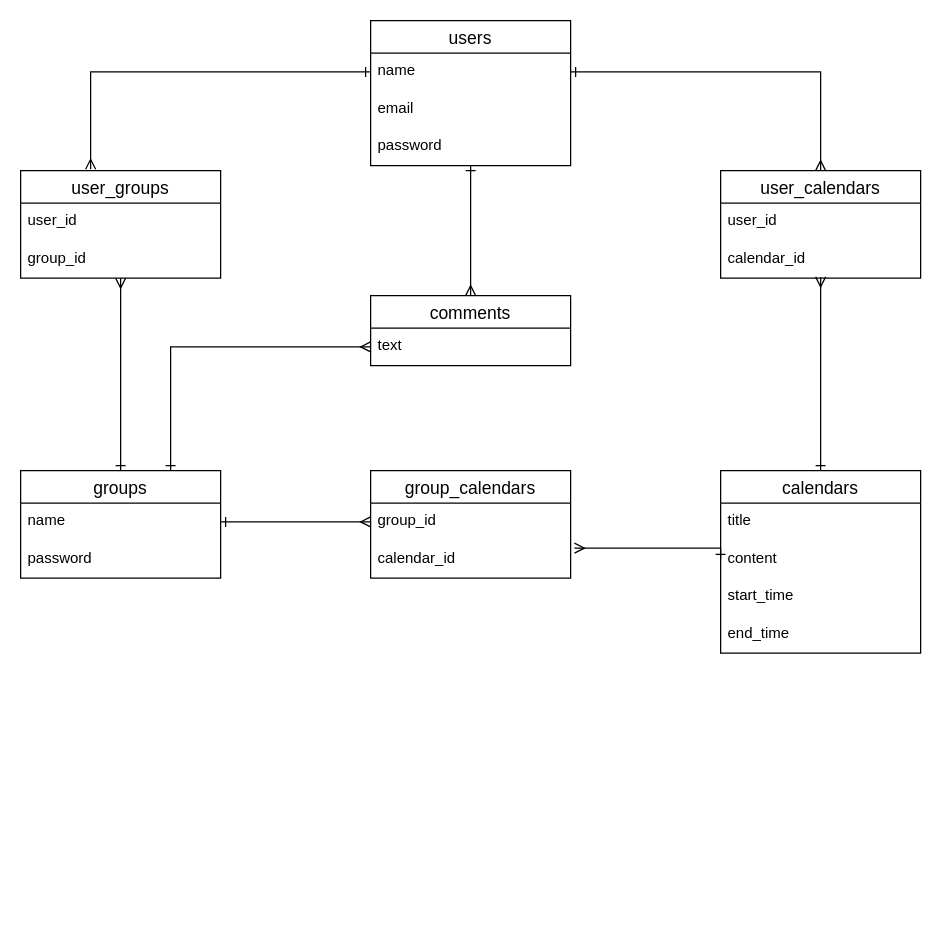
Above: group_calendar_er.dio in yamaday0u/group_calendar (draw.io), before the change. Source tidied: cells renumbered, new cells numbered last; positions are measured from the earlier drawing's top-left corner, leaving out a move shared by most shapes. Both pictures are drawn from the tidied source at 125%, with x=0, y=0 at pixel (20, 20).
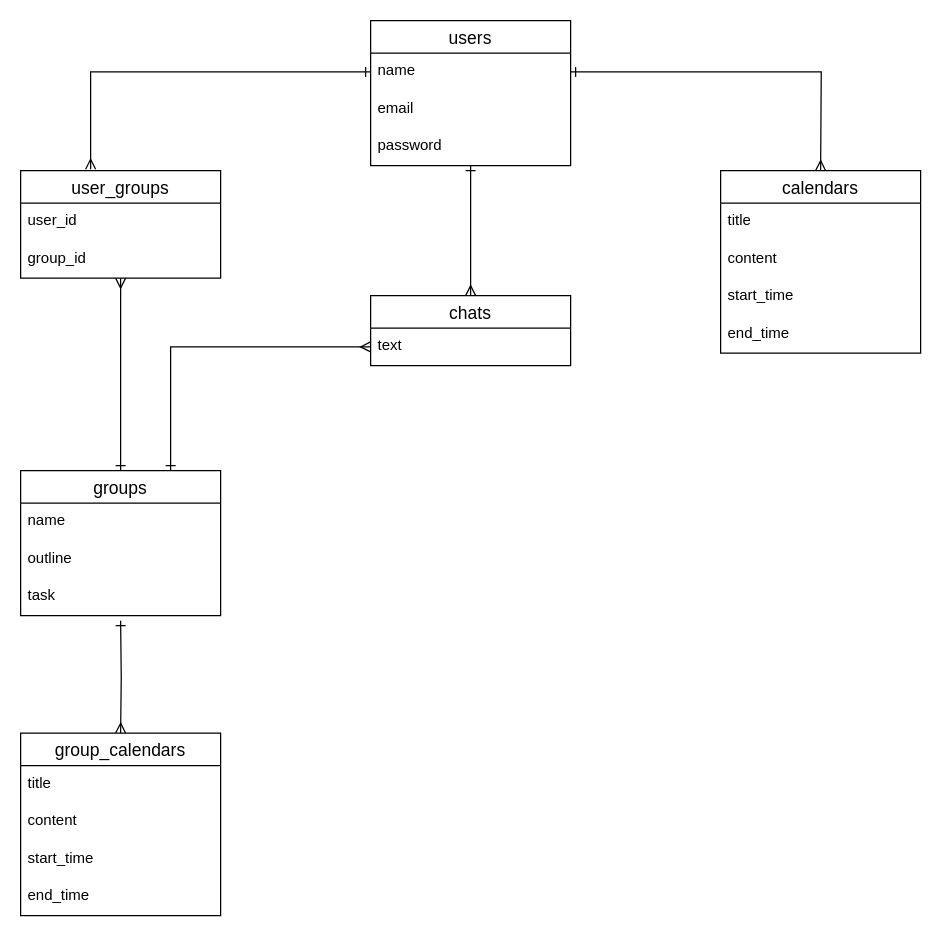
Above is the later version.

Commit message (it also covers changes not shown here):
Redesigned DB & associations

The change refers to these unchanged cells:
```xml
<mxCell id="3" value="name" style="text;strokeColor=none;fillColor=none;spacingLeft=4;spacingRight=4;overflow=hidden;points=[[0,0.5],[1,0.5]];portConstraint=eastwest;fontSize=12;" parent="2" vertex="1">
  <mxGeometry y="26" width="160" height="30" as="geometry" />
</mxCell>
<mxCell id="8" value="name" style="text;strokeColor=none;fillColor=none;spacingLeft=4;spacingRight=4;overflow=hidden;points=[[0,0.5],[1,0.5]];portConstraint=eastwest;fontSize=12;" parent="7" vertex="1">
  <mxGeometry y="26" width="160" height="30" as="geometry" />
</mxCell>
<mxCell id="13" value="content" style="text;strokeColor=none;fillColor=none;spacingLeft=4;spacingRight=4;overflow=hidden;points=[[0,0.5],[1,0.5]];portConstraint=eastwest;fontSize=12;" parent="11" vertex="1">
  <mxGeometry y="56" width="160" height="30" as="geometry" />
</mxCell>
```

Change to the diagram source:
```diff
@@
     <mxCell id="7" value="groups" style="swimlane;fontStyle=0;horizontal=1;startSize=26;align=center;fontSize=14;" parent="1" vertex="1">
-      <mxGeometry y="360" width="160" height="86" as="geometry" />
+      <mxGeometry y="360" width="160" height="116" as="geometry" />
     </mxCell>
@@
-    <mxCell id="9" value="password" style="text;strokeColor=none;fillColor=none;spacingLeft=4;spacingRight=4;overflow=hidden;fontSize=12;" parent="7" vertex="1">
+    <mxCell id="9" value="outline" style="text;strokeColor=none;fillColor=none;spacingLeft=4;spacingRight=4;overflow=hidden;fontSize=12;" parent="7" vertex="1">
       <mxGeometry y="56" width="160" height="30" as="geometry" />
     </mxCell>
-    <mxCell id="10" style="edgeStyle=orthogonalEdgeStyle;rounded=0;jettySize=auto;html=1;exitX=0.5;exitY=0;exitDx=0;exitDy=0;entryX=0.5;entryY=0.967;entryDx=0;entryDy=0;entryPerimeter=0;endArrow=ERmany;endFill=0;startArrow=ERone;startFill=0;" parent="1" edge="1" source="11" target="21">
-      <mxGeometry relative="1" as="geometry" />
-    </mxCell>
+    <mxCell id="33" value="task" style="text;strokeColor=none;fillColor=none;spacingLeft=4;spacingRight=4;overflow=hidden;fontSize=12;" parent="7" vertex="1">
+      <mxGeometry y="86" width="160" height="30" as="geometry" />
+    </mxCell>
     <mxCell id="11" value="calendars" style="swimlane;fontStyle=0;horizontal=1;startSize=26;align=center;fontSize=14;" parent="1" vertex="1">
-      <mxGeometry x="560" y="360" width="160" height="146" as="geometry" />
+      <mxGeometry x="560" y="120" width="160" height="146" as="geometry" />
     </mxCell>
@@
-    <mxCell id="19" value="user_calendars" style="swimlane;fontStyle=0;horizontal=1;startSize=26;align=center;fontSize=14;" parent="1" vertex="1">
-      <mxGeometry x="560" y="120" width="160" height="86" as="geometry" />
-    </mxCell>
-    <mxCell id="20" value="user_id" style="text;strokeColor=none;fillColor=none;spacingLeft=4;spacingRight=4;overflow=hidden;fontSize=12;" parent="19" vertex="1">
-      <mxGeometry y="26" width="160" height="30" as="geometry" />
-    </mxCell>
-    <mxCell id="21" value="calendar_id" style="text;strokeColor=none;fillColor=none;spacingLeft=4;spacingRight=4;overflow=hidden;points=[[0,0.5],[1,0.5]];portConstraint=eastwest;fontSize=12;" parent="19" vertex="1">
-      <mxGeometry y="56" width="160" height="30" as="geometry" />
-    </mxCell>
-    <mxCell id="22" value="group_calendars" style="swimlane;fontStyle=0;horizontal=1;startSize=26;align=center;fontSize=14;" parent="1" vertex="1">
-      <mxGeometry x="280" y="360" width="160" height="86" as="geometry" />
-    </mxCell>
-    <mxCell id="23" value="group_id" style="text;strokeColor=none;fillColor=none;spacingLeft=4;spacingRight=4;overflow=hidden;points=[[0,0.5],[1,0.5]];portConstraint=eastwest;fontSize=12;" parent="22" vertex="1">
-      <mxGeometry y="26" width="160" height="30" as="geometry" />
-    </mxCell>
-    <mxCell id="24" value="calendar_id" style="text;strokeColor=none;fillColor=none;spacingLeft=4;spacingRight=4;overflow=hidden;points=[[0,0.5],[1,0.5]];portConstraint=eastwest;fontSize=12;" parent="22" vertex="1">
-      <mxGeometry y="56" width="160" height="30" as="geometry" />
-    </mxCell>
@@
-    <mxCell id="26" style="edgeStyle=orthogonalEdgeStyle;rounded=0;jettySize=auto;html=1;exitX=1;exitY=0.5;exitDx=0;exitDy=0;entryX=0;entryY=0.5;entryDx=0;entryDy=0;endArrow=ERmany;endFill=0;startArrow=ERone;startFill=0;" parent="1" edge="1" source="8" target="23">
-      <mxGeometry relative="1" as="geometry" />
+    <mxCell id="26" style="edgeStyle=orthogonalEdgeStyle;rounded=0;jettySize=auto;html=1;entryX=0.5;entryY=0;entryDx=0;entryDy=0;endArrow=ERmany;endFill=0;startArrow=ERone;startFill=0;" parent="1" edge="1" target="22">
+      <mxGeometry relative="1" as="geometry">
+        <mxPoint x="80" y="480" as="sourcePoint" />
+      </mxGeometry>
     </mxCell>
-    <mxCell id="27" style="edgeStyle=orthogonalEdgeStyle;rounded=0;jettySize=auto;html=1;exitX=0;exitY=0.5;exitDx=0;exitDy=0;entryX=1.019;entryY=0.2;entryDx=0;entryDy=0;entryPerimeter=0;endArrow=ERmany;endFill=0;startArrow=ERone;startFill=0;" parent="1" edge="1" source="13" target="24">
-      <mxGeometry relative="1" as="geometry">
-        <Array as="points">
-          <mxPoint x="560" y="422" />
-        </Array>
-      </mxGeometry>
-    </mxCell>
-    <mxCell id="28" style="edgeStyle=orthogonalEdgeStyle;rounded=0;jettySize=auto;html=1;exitX=1;exitY=0.5;exitDx=0;exitDy=0;entryX=0.5;entryY=0;entryDx=0;entryDy=0;endArrow=ERmany;endFill=0;startArrow=ERone;startFill=0;" parent="1" edge="1" source="3" target="19">
-      <mxGeometry relative="1" as="geometry" />
+    <mxCell id="28" style="edgeStyle=orthogonalEdgeStyle;rounded=0;jettySize=auto;html=1;exitX=1;exitY=0.5;exitDx=0;exitDy=0;entryX=0.5;entryY=0;entryDx=0;entryDy=0;endArrow=ERmany;endFill=0;startArrow=ERone;startFill=0;" parent="1" edge="1" source="3">
+      <mxGeometry relative="1" as="geometry">
+        <mxPoint x="640" y="120" as="targetPoint" />
+      </mxGeometry>
     </mxCell>
-    <mxCell id="29" value="comments" style="swimlane;fontStyle=0;horizontal=1;startSize=26;align=center;fontSize=14;" parent="1" vertex="1">
+    <mxCell id="29" value="chats" style="swimlane;fontStyle=0;horizontal=1;startSize=26;align=center;fontSize=14;" parent="1" vertex="1">
       <mxGeometry x="280" y="220" width="160" height="56" as="geometry" />
     </mxCell>
@@
+    <mxCell id="22" value="group_calendars" style="swimlane;fontStyle=0;horizontal=1;startSize=26;align=center;fontSize=14;" parent="1" vertex="1">
+      <mxGeometry y="570" width="160" height="146" as="geometry" />
+    </mxCell>
+    <mxCell id="34" value="title" style="text;strokeColor=none;fillColor=none;spacingLeft=4;spacingRight=4;overflow=hidden;fontSize=12;" parent="22" vertex="1">
+      <mxGeometry y="26" width="160" height="30" as="geometry" />
+    </mxCell>
+    <mxCell id="35" value="content" style="text;strokeColor=none;fillColor=none;spacingLeft=4;spacingRight=4;overflow=hidden;fontSize=12;" parent="22" vertex="1">
+      <mxGeometry y="56" width="160" height="30" as="geometry" />
+    </mxCell>
+    <mxCell id="36" value="start_time" style="text;strokeColor=none;fillColor=none;spacingLeft=4;spacingRight=4;overflow=hidden;fontSize=12;" parent="22" vertex="1">
+      <mxGeometry y="86" width="160" height="30" as="geometry" />
+    </mxCell>
+    <mxCell id="37" value="end_time" style="text;strokeColor=none;fillColor=none;spacingLeft=4;spacingRight=4;overflow=hidden;fontSize=12;" parent="22" vertex="1">
+      <mxGeometry y="116" width="160" height="30" as="geometry" />
+    </mxCell>
```
